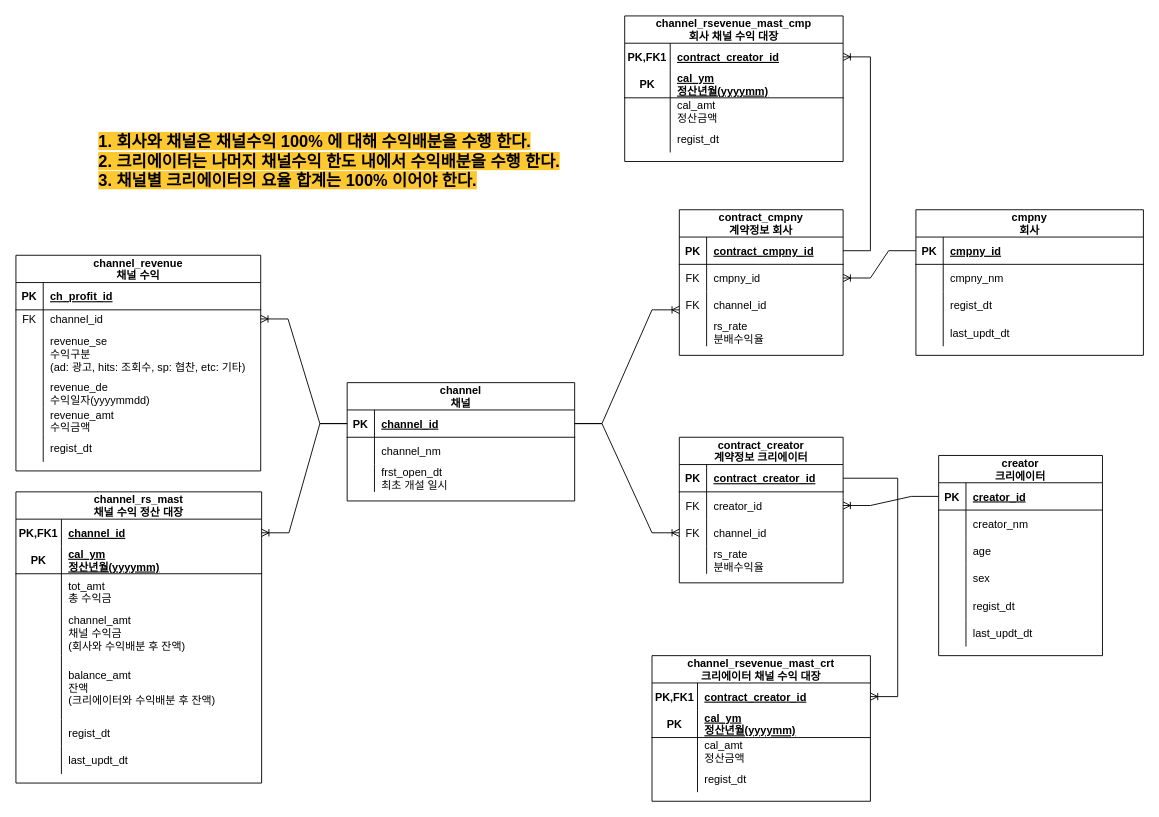
minkyu1128/DomainDesign keeps this draw.io diagram as RevenueShare.drawio. Above is the earlier version. Source tidied: cells renumbered, new cells numbered last; positions are measured from the earlier drawing's top-left corner, leaving out a move shared by most shapes. Both pictures are drawn from the tidied source at 91%, with x=0, y=0 at pixel (15, 15).
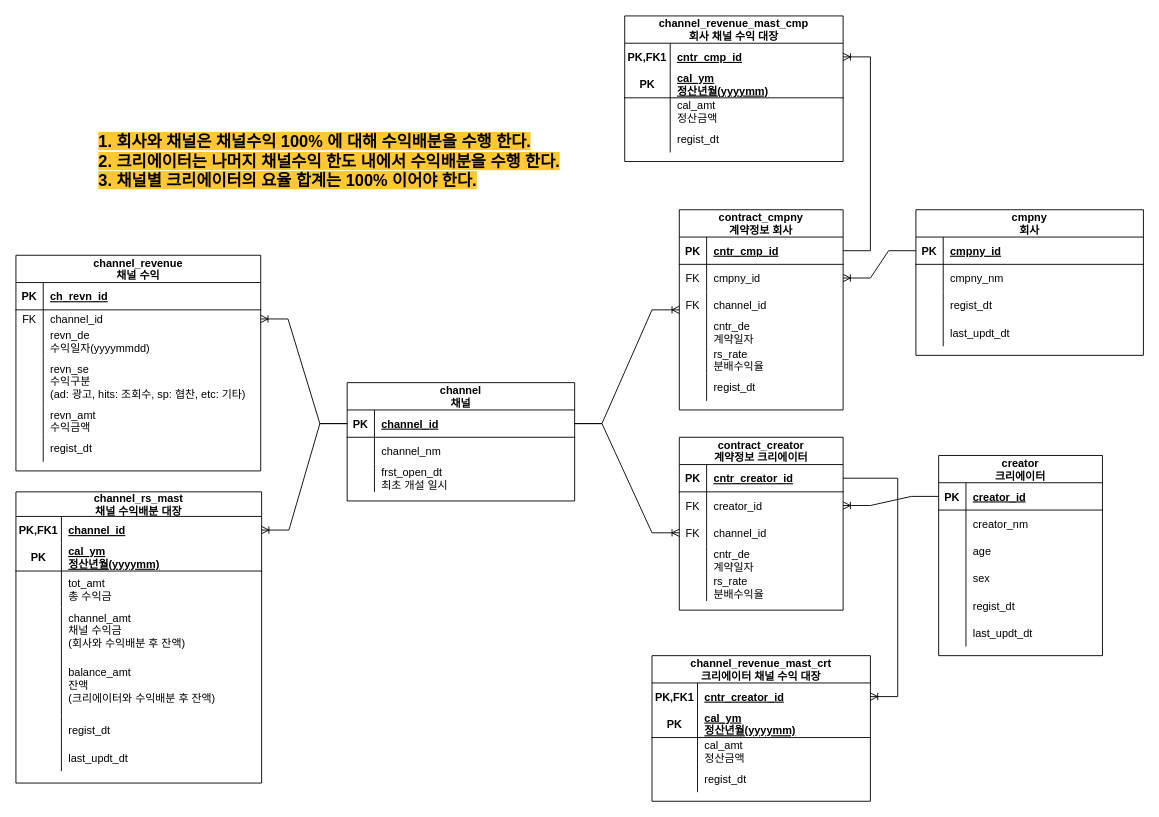
Above is the later version.

Unchanged cells that the change refers to:
```xml
<mxCell id="45" style="shape=tableRow;horizontal=0;startSize=0;swimlaneHead=0;swimlaneBody=0;fillColor=none;points=[[0,0.5],[1,0.5]];portConstraint=eastwest;top=0;left=0;right=0;bottom=1;" parent="44" vertex="1">
  <mxGeometry y="30" width="180" height="30" as="geometry" />
</mxCell>
<mxCell id="54" style="shape=tableRow;horizontal=0;startSize=0;swimlaneHead=0;swimlaneBody=0;fillColor=none;top=0;left=0;right=0;bottom=0;" parent="44" vertex="1">
  <mxGeometry y="120" width="180" height="30" as="geometry" />
</mxCell>
<mxCell id="58" style="shape=tableRow;horizontal=0;startSize=0;swimlaneHead=0;swimlaneBody=0;fillColor=none;points=[[0,0.5],[1,0.5]];portConstraint=eastwest;top=0;left=0;right=0;bottom=1;" parent="57" vertex="1">
  <mxGeometry y="30" width="180" height="30" as="geometry" />
</mxCell>
<mxCell id="67" style="shape=tableRow;horizontal=0;startSize=0;swimlaneHead=0;swimlaneBody=0;fillColor=none;top=0;left=0;right=0;bottom=0;" parent="57" vertex="1">
  <mxGeometry y="120" width="180" height="30" as="geometry" />
</mxCell>
<mxCell id="70" value="channel_revenue&#10;채널 수익" style="shape=table;startSize=30;childLayout=tableLayout;rowLines=0;fontStyle=1;align=center;" parent="1" vertex="1">
  <mxGeometry y="263" width="269" height="237" as="geometry" />
</mxCell>
<mxCell id="71" style="shape=tableRow;horizontal=0;startSize=0;swimlaneHead=0;swimlaneBody=0;fillColor=none;top=0;left=0;right=0;bottom=1;" parent="70" vertex="1">
  <mxGeometry y="30" width="269" height="30" as="geometry" />
</mxCell>
<mxCell id="83" style="shape=tableRow;horizontal=0;startSize=0;swimlaneHead=0;swimlaneBody=0;fillColor=none;top=0;left=0;right=0;bottom=0;" parent="70" vertex="1">
  <mxGeometry y="167" width="269" height="30" as="geometry" />
</mxCell>
<mxCell id="120" style="shape=tableRow;horizontal=0;startSize=0;swimlaneHead=0;swimlaneBody=0;fillColor=none;points=[[0,0.5],[1,0.5]];portConstraint=eastwest;top=0;left=0;right=0;bottom=0;labelBackgroundColor=none;" parent="119" vertex="1">
  <mxGeometry y="30" width="240" height="30" as="geometry" />
</mxCell>
<mxCell id="134" style="shape=tableRow;horizontal=0;startSize=0;swimlaneHead=0;swimlaneBody=0;fillColor=none;points=[[0,0.5],[1,0.5]];portConstraint=eastwest;top=0;left=0;right=0;bottom=0;labelBackgroundColor=none;" parent="133" vertex="1">
  <mxGeometry y="30" width="240" height="30" as="geometry" />
</mxCell>
```

The edit, as a diff of the source:
```diff
@@
     <mxCell id="44" value="contract_cmpny&#10;계약정보 회사" style="shape=table;startSize=30;childLayout=tableLayout;rowLines=0;fontStyle=1;align=center;" parent="1" vertex="1">
-      <mxGeometry x="729" y="213" width="180" height="160" as="geometry" />
+      <mxGeometry x="729" y="213" width="180" height="220" as="geometry" />
     </mxCell>
@@
-    <mxCell id="47" value="contract_cmpny_id" style="shape=partialRectangle;fillColor=none;top=0;left=0;bottom=0;right=0;align=left;spacingLeft=6;fontStyle=5;overflow=hidden;" parent="45" vertex="1">
+    <mxCell id="47" value="cntr_cmp_id" style="shape=partialRectangle;fillColor=none;top=0;left=0;bottom=0;right=0;align=left;spacingLeft=6;fontStyle=5;overflow=hidden;" parent="45" vertex="1">
       <mxGeometry x="30" width="150" height="30" as="geometry" />
     </mxCell>
@@
-    <mxCell id="56" value="rs_rate&#10;분배수익율" style="shape=partialRectangle;fillColor=none;top=0;left=0;bottom=0;right=0;align=left;spacingLeft=6;overflow=hidden;" parent="54" vertex="1">
+    <mxCell id="56" value="cntr_de&#10;계약일자" style="shape=partialRectangle;fillColor=none;top=0;left=0;bottom=0;right=0;align=left;spacingLeft=6;overflow=hidden;" parent="54" vertex="1">
       <mxGeometry x="30" width="150" height="30" as="geometry" />
     </mxCell>
+    <mxCell id="147" style="shape=tableRow;horizontal=0;startSize=0;swimlaneHead=0;swimlaneBody=0;fillColor=none;top=0;left=0;right=0;bottom=0;" parent="44" vertex="1">
+      <mxGeometry y="150" width="180" height="30" as="geometry" />
+    </mxCell>
+    <mxCell id="148" style="shape=partialRectangle;fillColor=none;top=0;left=0;bottom=0;right=0;overflow=hidden;" parent="147" vertex="1">
+      <mxGeometry width="30" height="30" as="geometry" />
+    </mxCell>
+    <mxCell id="149" value="rs_rate&#10;분배수익율" style="shape=partialRectangle;fillColor=none;top=0;left=0;bottom=0;right=0;align=left;spacingLeft=6;overflow=hidden;" parent="147" vertex="1">
+      <mxGeometry x="30" width="150" height="30" as="geometry" />
+    </mxCell>
+    <mxCell id="150" style="shape=tableRow;horizontal=0;startSize=0;swimlaneHead=0;swimlaneBody=0;fillColor=none;top=0;left=0;right=0;bottom=0;" parent="44" vertex="1">
+      <mxGeometry y="180" width="180" height="30" as="geometry" />
+    </mxCell>
+    <mxCell id="151" style="shape=partialRectangle;fillColor=none;top=0;left=0;bottom=0;right=0;overflow=hidden;" parent="150" vertex="1">
+      <mxGeometry width="30" height="30" as="geometry" />
+    </mxCell>
+    <mxCell id="152" value="regist_dt" style="shape=partialRectangle;fillColor=none;top=0;left=0;bottom=0;right=0;align=left;spacingLeft=6;overflow=hidden;" parent="150" vertex="1">
+      <mxGeometry x="30" width="150" height="30" as="geometry" />
+    </mxCell>
     <mxCell id="57" value="contract_creator&#10;계약정보 크리에이터" style="shape=table;startSize=30;childLayout=tableLayout;rowLines=0;fontStyle=1;align=center;" parent="1" vertex="1">
-      <mxGeometry x="729" y="463" width="180" height="160" as="geometry" />
+      <mxGeometry x="729" y="463" width="180" height="190" as="geometry" />
     </mxCell>
@@
-    <mxCell id="60" value="contract_creator_id" style="shape=partialRectangle;fillColor=none;top=0;left=0;bottom=0;right=0;align=left;spacingLeft=6;fontStyle=5;overflow=hidden;" parent="58" vertex="1">
+    <mxCell id="60" value="cntr_creator_id" style="shape=partialRectangle;fillColor=none;top=0;left=0;bottom=0;right=0;align=left;spacingLeft=6;fontStyle=5;overflow=hidden;" parent="58" vertex="1">
       <mxGeometry x="30" width="150" height="30" as="geometry" />
     </mxCell>
@@
-    <mxCell id="69" value="rs_rate&#10;분배수익율" style="shape=partialRectangle;fillColor=none;top=0;left=0;bottom=0;right=0;align=left;spacingLeft=6;overflow=hidden;" parent="67" vertex="1">
+    <mxCell id="69" value="cntr_de&#10;계약일자" style="shape=partialRectangle;fillColor=none;top=0;left=0;bottom=0;right=0;align=left;spacingLeft=6;overflow=hidden;" parent="67" vertex="1">
       <mxGeometry x="30" width="150" height="30" as="geometry" />
     </mxCell>
+    <mxCell id="153" style="shape=tableRow;horizontal=0;startSize=0;swimlaneHead=0;swimlaneBody=0;fillColor=none;top=0;left=0;right=0;bottom=0;" parent="57" vertex="1">
+      <mxGeometry y="150" width="180" height="30" as="geometry" />
+    </mxCell>
+    <mxCell id="154" style="shape=partialRectangle;fillColor=none;top=0;left=0;bottom=0;right=0;overflow=hidden;" parent="153" vertex="1">
+      <mxGeometry width="30" height="30" as="geometry" />
+    </mxCell>
+    <mxCell id="155" value="rs_rate&#10;분배수익율" style="shape=partialRectangle;fillColor=none;top=0;left=0;bottom=0;right=0;align=left;spacingLeft=6;overflow=hidden;" parent="153" vertex="1">
+      <mxGeometry x="30" width="150" height="30" as="geometry" />
+    </mxCell>
@@
-    <mxCell id="73" value="ch_profit_id" style="shape=partialRectangle;fillColor=none;top=0;left=0;bottom=0;right=0;align=left;spacingLeft=6;fontStyle=5;overflow=hidden;" parent="71" vertex="1">
+    <mxCell id="73" value="ch_revn_id" style="shape=partialRectangle;fillColor=none;top=0;left=0;bottom=0;right=0;align=left;spacingLeft=6;fontStyle=5;overflow=hidden;" parent="71" vertex="1">
       <mxGeometry x="30" width="239" height="30" as="geometry" />
     </mxCell>
@@
+    <mxCell id="80" style="shape=tableRow;horizontal=0;startSize=0;swimlaneHead=0;swimlaneBody=0;fillColor=none;top=0;left=0;right=0;bottom=0;" parent="70" vertex="1">
+      <mxGeometry y="80" width="269" height="30" as="geometry" />
+    </mxCell>
+    <mxCell id="81" style="shape=partialRectangle;fillColor=none;top=0;left=0;bottom=0;right=0;overflow=hidden;" parent="80" vertex="1">
+      <mxGeometry width="30" height="30" as="geometry" />
+    </mxCell>
+    <mxCell id="82" value="revn_de&#10;수익일자(yyyymmdd)" style="shape=partialRectangle;fillColor=none;top=0;left=0;bottom=0;right=0;align=left;spacingLeft=6;overflow=hidden;" parent="80" vertex="1">
+      <mxGeometry x="30" width="239" height="30" as="geometry" />
+    </mxCell>
     <mxCell id="77" style="shape=tableRow;horizontal=0;startSize=0;swimlaneHead=0;swimlaneBody=0;fillColor=none;top=0;left=0;right=0;bottom=0;" parent="70" vertex="1">
-      <mxGeometry y="80" width="269" height="57" as="geometry" />
+      <mxGeometry y="110" width="269" height="57" as="geometry" />
     </mxCell>
@@
-    <mxCell id="79" value="revenue_se&#10;수익구분&#10;(ad: 광고, hits: 조회수, sp: 협찬, etc: 기타)" style="shape=partialRectangle;fillColor=none;top=0;left=0;bottom=0;right=0;align=left;spacingLeft=6;overflow=hidden;" parent="77" vertex="1">
+    <mxCell id="79" value="revn_se&#10;수익구분&#10;(ad: 광고, hits: 조회수, sp: 협찬, etc: 기타)" style="shape=partialRectangle;fillColor=none;top=0;left=0;bottom=0;right=0;align=left;spacingLeft=6;overflow=hidden;" parent="77" vertex="1">
       <mxGeometry x="30" width="239" height="57" as="geometry" />
     </mxCell>
-    <mxCell id="80" style="shape=tableRow;horizontal=0;startSize=0;swimlaneHead=0;swimlaneBody=0;fillColor=none;top=0;left=0;right=0;bottom=0;" parent="70" vertex="1">
-      <mxGeometry y="137" width="269" height="30" as="geometry" />
-    </mxCell>
-    <mxCell id="81" style="shape=partialRectangle;fillColor=none;top=0;left=0;bottom=0;right=0;overflow=hidden;" parent="80" vertex="1">
-      <mxGeometry width="30" height="30" as="geometry" />
-    </mxCell>
-    <mxCell id="82" value="revenue_de&#10;수익일자(yyyymmdd)" style="shape=partialRectangle;fillColor=none;top=0;left=0;bottom=0;right=0;align=left;spacingLeft=6;overflow=hidden;" parent="80" vertex="1">
-      <mxGeometry x="30" width="239" height="30" as="geometry" />
-    </mxCell>
@@
-    <mxCell id="85" value="revenue_amt&#10;수익금액" style="shape=partialRectangle;fillColor=none;top=0;left=0;bottom=0;right=0;align=left;spacingLeft=6;overflow=hidden;" parent="83" vertex="1">
+    <mxCell id="85" value="revn_amt&#10;수익금액" style="shape=partialRectangle;fillColor=none;top=0;left=0;bottom=0;right=0;align=left;spacingLeft=6;overflow=hidden;" parent="83" vertex="1">
       <mxGeometry x="30" width="239" height="30" as="geometry" />
     </mxCell>
@@
-    <mxCell id="95" value="channel_rs_mast&#10;채널 수익 정산 대장" style="shape=table;startSize=30;childLayout=tableLayout;rowLines=0;fontStyle=1;align=center;labelBackgroundColor=none;" parent="1" vertex="1">
+    <mxCell id="95" value="channel_rs_mast&#10;채널 수익배분 대장" style="shape=table;startSize=27;childLayout=tableLayout;rowLines=0;fontStyle=1;align=center;labelBackgroundColor=none;" parent="1" vertex="1">
       <mxGeometry y="523" width="270" height="320" as="geometry" />
     </mxCell>
     <mxCell id="96" style="shape=tableRow;horizontal=0;startSize=0;swimlaneHead=0;swimlaneBody=0;fillColor=none;points=[[0,0.5],[1,0.5]];portConstraint=eastwest;top=0;left=0;right=0;bottom=0;labelBackgroundColor=none;" parent="95" vertex="1">
-      <mxGeometry y="30" width="270" height="30" as="geometry" />
+      <mxGeometry y="27" width="270" height="30" as="geometry" />
     </mxCell>
@@
     <mxCell id="99" style="shape=tableRow;horizontal=0;startSize=0;swimlaneHead=0;swimlaneBody=0;fillColor=none;top=0;left=0;right=0;bottom=1;labelBackgroundColor=none;" parent="95" vertex="1">
-      <mxGeometry y="60" width="270" height="30" as="geometry" />
+      <mxGeometry y="57" width="270" height="30" as="geometry" />
     </mxCell>
@@
     <mxCell id="102" style="shape=tableRow;horizontal=0;startSize=0;swimlaneHead=0;swimlaneBody=0;fillColor=none;top=0;left=0;right=0;bottom=0;labelBackgroundColor=#FFC830;" parent="95" vertex="1">
-      <mxGeometry y="90" width="270" height="40" as="geometry" />
+      <mxGeometry y="87" width="270" height="40" as="geometry" />
     </mxCell>
@@
     <mxCell id="105" style="shape=tableRow;horizontal=0;startSize=0;swimlaneHead=0;swimlaneBody=0;fillColor=none;top=0;left=0;right=0;bottom=0;labelBackgroundColor=#FFC830;" parent="95" vertex="1">
-      <mxGeometry y="130" width="270" height="50" as="geometry" />
+      <mxGeometry y="127" width="270" height="50" as="geometry" />
     </mxCell>
@@
     <mxCell id="108" style="shape=tableRow;horizontal=0;startSize=0;swimlaneHead=0;swimlaneBody=0;fillColor=none;top=0;left=0;right=0;bottom=0;labelBackgroundColor=#FFC830;" parent="95" vertex="1">
-      <mxGeometry y="180" width="270" height="70" as="geometry" />
+      <mxGeometry y="177" width="270" height="70" as="geometry" />
     </mxCell>
@@
     <mxCell id="111" style="shape=tableRow;horizontal=0;startSize=0;swimlaneHead=0;swimlaneBody=0;fillColor=none;top=0;left=0;right=0;bottom=0;labelBackgroundColor=#FFC830;" parent="95" vertex="1">
-      <mxGeometry y="250" width="270" height="30" as="geometry" />
+      <mxGeometry y="247" width="270" height="30" as="geometry" />
     </mxCell>
@@
     <mxCell id="114" style="shape=tableRow;horizontal=0;startSize=0;swimlaneHead=0;swimlaneBody=0;fillColor=none;top=0;left=0;right=0;bottom=0;labelBackgroundColor=#FFC830;" parent="95" vertex="1">
-      <mxGeometry y="280" width="270" height="30" as="geometry" />
+      <mxGeometry y="277" width="270" height="30" as="geometry" />
     </mxCell>
@@
-    <mxCell id="119" value="channel_rsevenue_mast_crt&#10;크리에이터 채널 수익 대장" style="shape=table;startSize=30;childLayout=tableLayout;rowLines=0;fontStyle=1;align=center;labelBackgroundColor=none;" parent="1" vertex="1">
+    <mxCell id="119" value="channel_revenue_mast_crt&#10;크리에이터 채널 수익 대장" style="shape=table;startSize=30;childLayout=tableLayout;rowLines=0;fontStyle=1;align=center;labelBackgroundColor=none;" parent="1" vertex="1">
       <mxGeometry x="699" y="703" width="240" height="160" as="geometry" />
     </mxCell>
@@
-    <mxCell id="122" value="contract_creator_id" style="shape=partialRectangle;fillColor=none;top=0;left=0;bottom=0;right=0;align=left;spacingLeft=6;fontStyle=5;overflow=hidden;labelBackgroundColor=none;" parent="120" vertex="1">
+    <mxCell id="122" value="cntr_creator_id" style="shape=partialRectangle;fillColor=none;top=0;left=0;bottom=0;right=0;align=left;spacingLeft=6;fontStyle=5;overflow=hidden;labelBackgroundColor=none;" parent="120" vertex="1">
       <mxGeometry x="50" width="190" height="30" as="geometry" />
     </mxCell>
@@
-    <mxCell id="133" value="channel_rsevenue_mast_cmp&#10;회사 채널 수익 대장" style="shape=table;startSize=30;childLayout=tableLayout;rowLines=0;fontStyle=1;align=center;labelBackgroundColor=none;" parent="1" vertex="1">
+    <mxCell id="133" value="channel_revenue_mast_cmp&#10;회사 채널 수익 대장" style="shape=table;startSize=30;childLayout=tableLayout;rowLines=0;fontStyle=1;align=center;labelBackgroundColor=none;" parent="1" vertex="1">
       <mxGeometry x="669" width="240" height="160" as="geometry" />
     </mxCell>
@@
-    <mxCell id="136" value="contract_creator_id" style="shape=partialRectangle;fillColor=none;top=0;left=0;bottom=0;right=0;align=left;spacingLeft=6;fontStyle=5;overflow=hidden;labelBackgroundColor=none;" parent="134" vertex="1">
+    <mxCell id="136" value="cntr_cmp_id" style="shape=partialRectangle;fillColor=none;top=0;left=0;bottom=0;right=0;align=left;spacingLeft=6;fontStyle=5;overflow=hidden;labelBackgroundColor=none;" parent="134" vertex="1">
       <mxGeometry x="50" width="190" height="30" as="geometry" />
     </mxCell>
```
